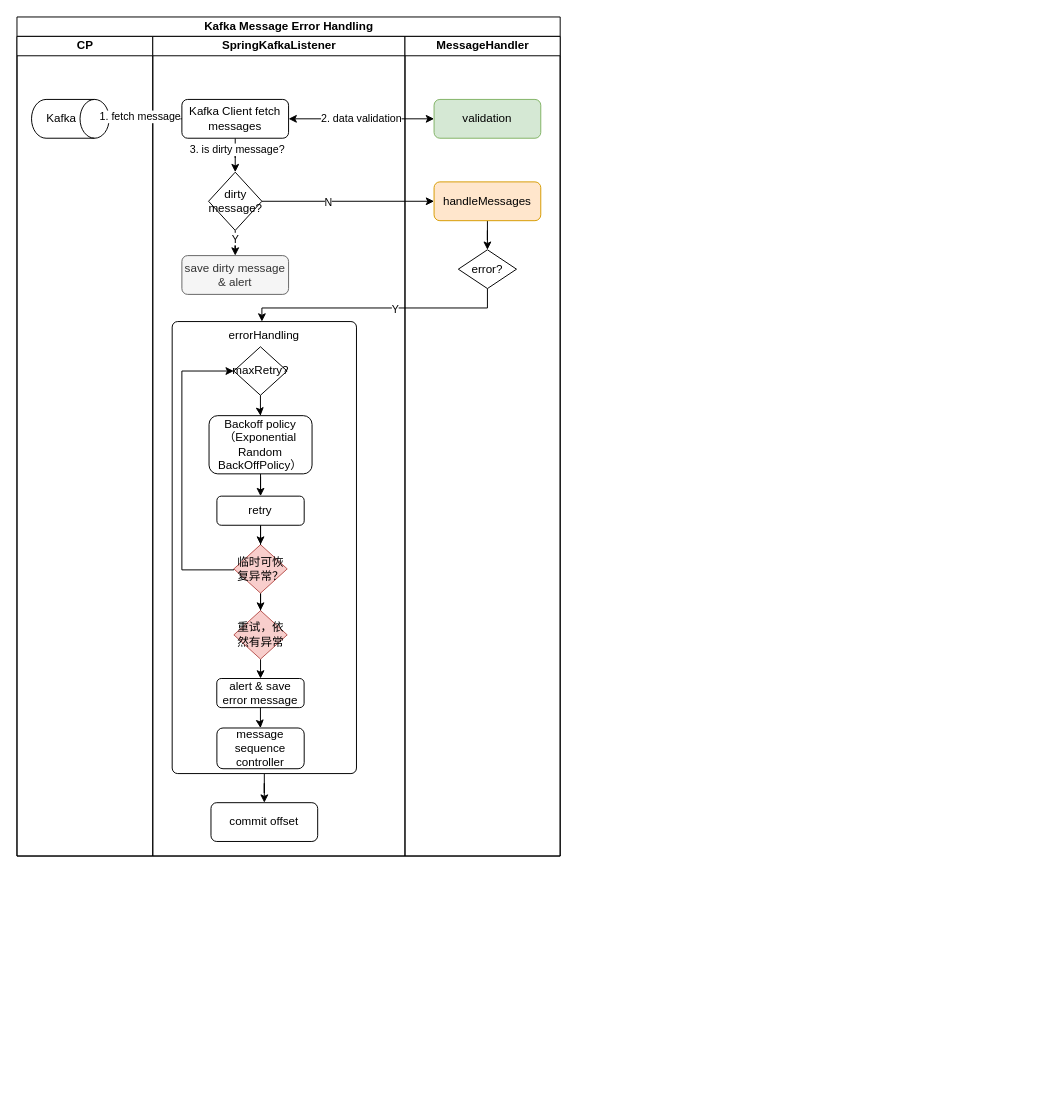
Earlier version of the draw.io diagram techlab/kafka message error handling.drawio (qiufang1314/drawio). Source tidied: cells renumbered, new cells numbered last; positions are measured from the earlier drawing's top-left corner, leaving out a move shared by most shapes. Both pictures are drawn from the tidied source at 97%, with x=0, y=0 at pixel (16, 16).
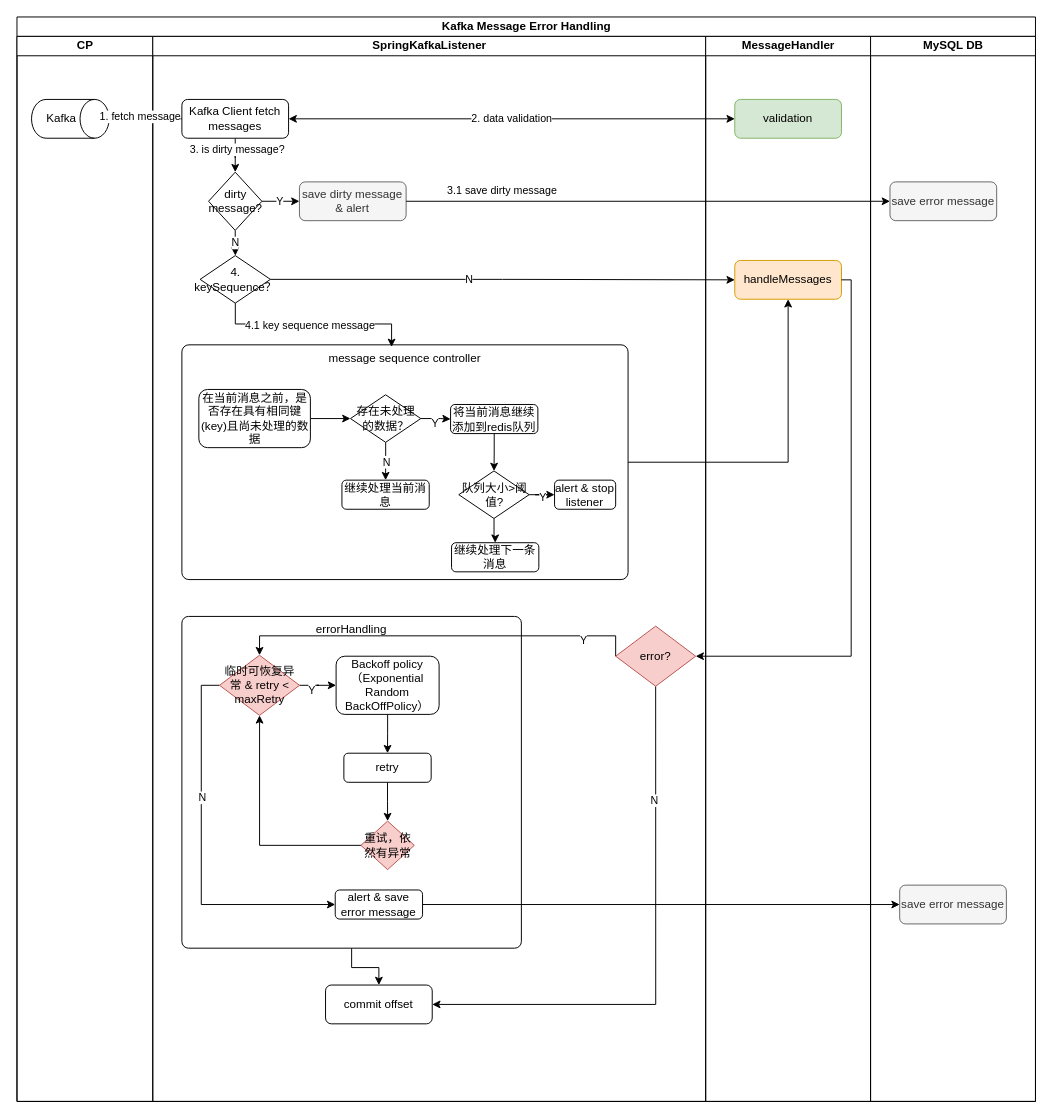
The same diagram, later.

The change refers to these unchanged cells:
```xml
<mxCell id="12" value="dirty message?" style="rhombus;whiteSpace=wrap;html=1;" parent="6" vertex="1">
  <mxGeometry x="57.5" y="140" width="55" height="60" as="geometry" />
</mxCell>
```

Change to the diagram source:
```diff
@@
     <mxCell id="2" value="Kafka Message Error Handling" style="swimlane;startSize=20;html=1;" parent="1" vertex="1">
-      <mxGeometry width="560" height="865" as="geometry" />
+      <mxGeometry width="1050" height="1118" as="geometry" />
     </mxCell>
     <mxCell id="3" value="CP" style="swimlane;startSize=20;html=1;" parent="2" vertex="1">
-      <mxGeometry y="20" width="140" height="845" as="geometry" />
+      <mxGeometry y="20" width="140" height="1098" as="geometry" />
     </mxCell>
@@
     <mxCell id="6" value="SpringKafkaListener" style="swimlane;startSize=20;html=1;" parent="2" vertex="1">
-      <mxGeometry x="140" y="20" width="260" height="845" as="geometry" />
+      <mxGeometry x="140" y="20" width="570" height="1098" as="geometry" />
     </mxCell>
@@
-    <mxCell id="10" style="edgeStyle=orthogonalEdgeStyle;rounded=0;jettySize=auto;html=1;" parent="6" edge="1" source="12" target="13">
+    <mxCell id="10" value="Y" style="edgeStyle=orthogonalEdgeStyle;rounded=0;jettySize=auto;html=1;entryX=0;entryY=0.5;entryDx=0;entryDy=0;" parent="6" edge="1" source="12" target="13">
       <mxGeometry relative="1" as="geometry" />
     </mxCell>
-    <mxCell id="11" value="Y" style="edgeLabel;html=1;align=center;verticalAlign=middle;" parent="10" vertex="1">
-      <mxGeometry x="0.2" y="1" relative="1" as="geometry" />
-    </mxCell>
+    <mxCell id="43" value="N" style="edgeStyle=orthogonalEdgeStyle;rounded=0;jettySize=auto;html=1;" parent="6" edge="1" source="12" target="44">
+      <mxGeometry relative="1" as="geometry" />
+    </mxCell>
@@
     <mxCell id="13" value="save dirty message &amp;amp; alert" style="rounded=1;whiteSpace=wrap;html=1;fillColor=#f5f5f5;fontColor=#333333;strokeColor=#666666;" parent="6" vertex="1">
-      <mxGeometry x="30" y="226" width="110" height="40" as="geometry" />
+      <mxGeometry x="151.2" y="150" width="110" height="40" as="geometry" />
     </mxCell>
+    <mxCell id="44" value="4. keySequence？" style="rhombus;whiteSpace=wrap;html=1;" parent="6" vertex="1">
+      <mxGeometry x="48.8" y="226" width="72.5" height="49" as="geometry" />
+    </mxCell>
+    <mxCell id="32" value="message sequence controller" style="rounded=1;whiteSpace=wrap;html=1;arcSize=3;verticalAlign=top;" parent="6" vertex="1">
+      <mxGeometry x="30" y="318" width="460" height="242" as="geometry" />
+    </mxCell>
+    <mxCell id="45" style="edgeStyle=orthogonalEdgeStyle;rounded=0;jettySize=auto;html=1;" parent="6" edge="1" source="46" target="51">
+      <mxGeometry relative="1" as="geometry" />
+    </mxCell>
+    <mxCell id="46" value="&lt;span style=&quot;white-space-collapse: preserve;&quot;&gt;在当前消息之前，是否存在具有相同键(key)且尚未处理的数据&lt;/span&gt;" style="rounded=1;whiteSpace=wrap;html=1;" parent="6" vertex="1">
+      <mxGeometry x="47.5" y="364" width="115" height="60" as="geometry" />
+    </mxCell>
+    <mxCell id="47" style="edgeStyle=orthogonalEdgeStyle;rounded=0;jettySize=auto;html=1;" parent="6" edge="1" source="51" target="53">
+      <mxGeometry relative="1" as="geometry" />
+    </mxCell>
+    <mxCell id="48" value="Y" style="edgeLabel;html=1;align=center;verticalAlign=middle;" parent="47" vertex="1">
+      <mxGeometry x="-0.28" y="-3" relative="1" as="geometry">
+        <mxPoint x="3" y="1" as="offset" />
+      </mxGeometry>
+    </mxCell>
+    <mxCell id="49" style="edgeStyle=orthogonalEdgeStyle;rounded=0;jettySize=auto;html=1;" parent="6" edge="1" source="51" target="54">
+      <mxGeometry relative="1" as="geometry" />
+    </mxCell>
+    <mxCell id="50" value="N" style="edgeLabel;html=1;align=center;verticalAlign=middle;" parent="49" vertex="1">
+      <mxGeometry x="-0.05" relative="1" as="geometry">
+        <mxPoint y="1" as="offset" />
+      </mxGeometry>
+    </mxCell>
+    <mxCell id="51" value="存在未处理的数据？" style="rhombus;whiteSpace=wrap;html=1;" parent="6" vertex="1">
+      <mxGeometry x="203.8" y="369.5" width="72.5" height="49" as="geometry" />
+    </mxCell>
+    <mxCell id="52" style="edgeStyle=orthogonalEdgeStyle;rounded=0;jettySize=auto;html=1;" parent="6" edge="1" source="53" target="59">
+      <mxGeometry relative="1" as="geometry" />
+    </mxCell>
+    <mxCell id="53" value="将当前消息继续添加到redis队列" style="rounded=1;whiteSpace=wrap;html=1;" parent="6" vertex="1">
+      <mxGeometry x="307" y="379.5" width="90" height="30" as="geometry" />
+    </mxCell>
+    <mxCell id="54" value="继续处理当前消息" style="rounded=1;whiteSpace=wrap;html=1;" parent="6" vertex="1">
+      <mxGeometry x="195" y="457.5" width="90" height="30" as="geometry" />
+    </mxCell>
+    <mxCell id="55" value="继续处理下一条消息" style="rounded=1;whiteSpace=wrap;html=1;" parent="6" vertex="1">
+      <mxGeometry x="308" y="522" width="90" height="30" as="geometry" />
+    </mxCell>
+    <mxCell id="56" style="edgeStyle=orthogonalEdgeStyle;rounded=0;jettySize=auto;html=1;entryX=0;entryY=0.5;entryDx=0;entryDy=0;" parent="6" edge="1" source="59" target="60">
+      <mxGeometry relative="1" as="geometry" />
+    </mxCell>
+    <mxCell id="57" value="Y" style="edgeLabel;html=1;align=center;verticalAlign=middle;" parent="56" vertex="1">
+      <mxGeometry x="0.02" y="2" relative="1" as="geometry" />
+    </mxCell>
+    <mxCell id="58" style="edgeStyle=orthogonalEdgeStyle;rounded=0;jettySize=auto;html=1;" parent="6" edge="1" source="59" target="55">
+      <mxGeometry relative="1" as="geometry" />
+    </mxCell>
+    <mxCell id="59" value="队列大小&amp;gt;阈值?" style="rhombus;whiteSpace=wrap;html=1;" parent="6" vertex="1">
+      <mxGeometry x="315.5" y="448" width="72.5" height="49" as="geometry" />
+    </mxCell>
+    <mxCell id="60" value="alert &amp;amp; stop listener" style="rounded=1;whiteSpace=wrap;html=1;" parent="6" vertex="1">
+      <mxGeometry x="414.2" y="457.5" width="63" height="30" as="geometry" />
+    </mxCell>
+    <mxCell id="61" style="edgeStyle=orthogonalEdgeStyle;rounded=0;jettySize=auto;html=1;entryX=0.47;entryY=0.009;entryDx=0;entryDy=0;entryPerimeter=0;" parent="6" edge="1" source="44" target="32">
+      <mxGeometry relative="1" as="geometry" />
+    </mxCell>
+    <mxCell id="62" value="4.1 key sequence message" style="edgeLabel;html=1;align=center;verticalAlign=middle;" parent="61" vertex="1">
+      <mxGeometry x="-0.05" y="-1" relative="1" as="geometry" />
+    </mxCell>
@@
-    <mxCell id="15" value="errorHandling" style="rounded=1;whiteSpace=wrap;html=1;arcSize=3;verticalAlign=top;" parent="6" vertex="1">
-      <mxGeometry x="20" y="294" width="190" height="466" as="geometry" />
+    <mxCell id="15" value="errorHandling" style="rounded=1;whiteSpace=wrap;html=1;arcSize=2;verticalAlign=top;" parent="6" vertex="1">
+      <mxGeometry x="30" y="598" width="350" height="342" as="geometry" />
     </mxCell>
-    <mxCell id="16" style="edgeStyle=orthogonalEdgeStyle;rounded=0;jettySize=auto;html=1;entryX=0;entryY=0.5;entryDx=0;entryDy=0;exitX=0;exitY=0.5;exitDx=0;exitDy=0;" parent="6" edge="1" source="18" target="24">
-      <mxGeometry relative="1" as="geometry">
-        <Array as="points">
-          <mxPoint x="84" y="550" />
-          <mxPoint x="30" y="550" />
-          <mxPoint x="30" y="345" />
-        </Array>
-      </mxGeometry>
-    </mxCell>
-    <mxCell id="17" style="edgeStyle=orthogonalEdgeStyle;rounded=0;jettySize=auto;html=1;entryX=0.5;entryY=0;entryDx=0;entryDy=0;" parent="6" edge="1" source="18" target="28">
-      <mxGeometry relative="1" as="geometry" />
-    </mxCell>
+    <mxCell id="63" style="edgeStyle=orthogonalEdgeStyle;rounded=0;jettySize=auto;html=1;" parent="6" edge="1" source="18" target="22">
+      <mxGeometry relative="1" as="geometry" />
+    </mxCell>
+    <mxCell id="64" value="Y" style="edgeLabel;html=1;align=center;verticalAlign=middle;" parent="63" vertex="1">
+      <mxGeometry x="-0.41" y="-4" relative="1" as="geometry" />
+    </mxCell>
+    <mxCell id="65" style="edgeStyle=orthogonalEdgeStyle;rounded=0;jettySize=auto;html=1;entryX=0;entryY=0.5;entryDx=0;entryDy=0;" parent="6" edge="1" source="18" target="30">
+      <mxGeometry relative="1" as="geometry">
+        <Array as="points">
+          <mxPoint x="50" y="669" />
+          <mxPoint x="50" y="895" />
+        </Array>
+      </mxGeometry>
+    </mxCell>
+    <mxCell id="66" value="N" style="edgeLabel;html=1;align=center;verticalAlign=middle;" parent="65" vertex="1">
+      <mxGeometry x="-0.3" relative="1" as="geometry" />
+    </mxCell>
-    <mxCell id="18" value="临时可恢复异常？" style="rhombus;whiteSpace=wrap;html=1;fillColor=#f8cecc;strokeColor=#b85450;" parent="6" vertex="1">
-      <mxGeometry x="83.6" y="524" width="55" height="50" as="geometry" />
+    <mxCell id="18" value="临时可恢复异常 &amp;amp; retry &amp;lt; maxRetry" style="rhombus;whiteSpace=wrap;html=1;fillColor=#f8cecc;strokeColor=#b85450;" parent="6" vertex="1">
+      <mxGeometry x="68.8" y="638" width="82.5" height="62" as="geometry" />
     </mxCell>
-    <mxCell id="19" style="edgeStyle=orthogonalEdgeStyle;rounded=0;jettySize=auto;html=1;" parent="6" edge="1" source="20" target="18">
-      <mxGeometry relative="1" as="geometry" />
-    </mxCell>
+    <mxCell id="67" style="edgeStyle=orthogonalEdgeStyle;rounded=0;jettySize=auto;html=1;" parent="6" edge="1" source="20" target="28">
+      <mxGeometry relative="1" as="geometry" />
+    </mxCell>
     <mxCell id="20" value="retry" style="rounded=1;whiteSpace=wrap;html=1;" parent="6" vertex="1">
-      <mxGeometry x="66.1" y="474" width="90" height="30" as="geometry" />
+      <mxGeometry x="197" y="739" width="90" height="30" as="geometry" />
     </mxCell>
@@
     <mxCell id="22" value="Backoff policy&lt;div&gt;（Exponential&lt;/div&gt;&lt;div&gt;Random&lt;/div&gt;&lt;div&gt;BackOffPolicy）&lt;/div&gt;" style="rounded=1;whiteSpace=wrap;html=1;" parent="6" vertex="1">
-      <mxGeometry x="58" y="391" width="106.2" height="60" as="geometry" />
+      <mxGeometry x="189" y="639" width="106.2" height="60" as="geometry" />
     </mxCell>
-    <mxCell id="23" style="edgeStyle=orthogonalEdgeStyle;rounded=0;jettySize=auto;html=1;entryX=0.5;entryY=0;entryDx=0;entryDy=0;" parent="6" edge="1" source="24" target="22">
-      <mxGeometry relative="1" as="geometry" />
-    </mxCell>
-    <mxCell id="24" value="maxRetry?" style="rhombus;whiteSpace=wrap;html=1;" parent="6" vertex="1">
-      <mxGeometry x="83.5" y="320" width="55" height="50" as="geometry" />
-    </mxCell>
-    <mxCell id="25" style="edgeStyle=orthogonalEdgeStyle;rounded=0;jettySize=auto;html=1;exitX=0.5;exitY=1;exitDx=0;exitDy=0;" parent="6" edge="1" source="37">
-      <mxGeometry relative="1" as="geometry">
-        <mxPoint x="112.5" y="294" as="targetPoint" />
-        <Array as="points">
-          <mxPoint x="345" y="280" />
-          <mxPoint x="112" y="280" />
-        </Array>
-      </mxGeometry>
-    </mxCell>
-    <mxCell id="26" value="Y" style="edgeLabel;html=1;align=center;verticalAlign=middle;" parent="25" vertex="1">
-      <mxGeometry x="-0.13" y="1" relative="1" as="geometry" />
-    </mxCell>
-    <mxCell id="27" style="edgeStyle=orthogonalEdgeStyle;rounded=0;jettySize=auto;html=1;entryX=0.5;entryY=0;entryDx=0;entryDy=0;" parent="6" edge="1" source="28" target="30">
-      <mxGeometry relative="1" as="geometry" />
-    </mxCell>
+    <mxCell id="68" style="edgeStyle=orthogonalEdgeStyle;rounded=0;jettySize=auto;html=1;" parent="6" edge="1" source="28" target="18">
+      <mxGeometry relative="1" as="geometry" />
+    </mxCell>
     <mxCell id="28" value="重试，依然有异常" style="rhombus;whiteSpace=wrap;html=1;fillColor=#f8cecc;strokeColor=#b85450;" parent="6" vertex="1">
-      <mxGeometry x="83.6" y="592" width="55" height="50" as="geometry" />
+      <mxGeometry x="214.6" y="809" width="55" height="50" as="geometry" />
     </mxCell>
-    <mxCell id="29" style="edgeStyle=orthogonalEdgeStyle;rounded=0;jettySize=auto;html=1;" parent="6" edge="1" source="30" target="32">
-      <mxGeometry relative="1" as="geometry" />
-    </mxCell>
     <mxCell id="30" value="alert &amp;amp; save error message" style="rounded=1;whiteSpace=wrap;html=1;" parent="6" vertex="1">
-      <mxGeometry x="66" y="662" width="90" height="30" as="geometry" />
+      <mxGeometry x="188.1" y="880" width="90" height="30" as="geometry" />
     </mxCell>
     <mxCell id="31" value="commit offset" style="rounded=1;whiteSpace=wrap;html=1;" parent="6" vertex="1">
-      <mxGeometry x="60" y="790" width="110" height="40" as="geometry" />
+      <mxGeometry x="178.1" y="978" width="110" height="40" as="geometry" />
     </mxCell>
-    <mxCell id="32" value="message sequence controller" style="rounded=1;whiteSpace=wrap;html=1;" parent="6" vertex="1">
-      <mxGeometry x="66.1" y="713" width="90" height="42" as="geometry" />
-    </mxCell>
+    <mxCell id="69" style="edgeStyle=orthogonalEdgeStyle;rounded=0;jettySize=auto;html=1;exitX=0.5;exitY=1;exitDx=0;exitDy=0;" parent="6" edge="1" source="37" target="31">
+      <mxGeometry relative="1" as="geometry">
+        <Array as="points">
+          <mxPoint x="519" y="998" />
+        </Array>
+      </mxGeometry>
+    </mxCell>
+    <mxCell id="70" value="N" style="edgeLabel;html=1;align=center;verticalAlign=middle;" parent="69" vertex="1">
+      <mxGeometry x="-0.58" y="-2" relative="1" as="geometry" />
+    </mxCell>
+    <mxCell id="71" style="edgeStyle=orthogonalEdgeStyle;rounded=0;jettySize=auto;html=1;entryX=0.5;entryY=0;entryDx=0;entryDy=0;exitX=0;exitY=0.5;exitDx=0;exitDy=0;" parent="6" edge="1" source="37" target="18">
+      <mxGeometry relative="1" as="geometry">
+        <Array as="points">
+          <mxPoint x="477" y="618" />
+          <mxPoint x="110" y="618" />
+        </Array>
+      </mxGeometry>
+    </mxCell>
+    <mxCell id="72" value="Y" style="edgeLabel;html=1;align=center;verticalAlign=middle;" parent="71" vertex="1">
+      <mxGeometry x="-0.73" y="4" relative="1" as="geometry" />
+    </mxCell>
+    <mxCell id="37" value="error?" style="rhombus;whiteSpace=wrap;html=1;fillColor=#f8cecc;strokeColor=#b85450;" parent="6" vertex="1">
+      <mxGeometry x="477.2" y="608" width="82.5" height="62" as="geometry" />
+    </mxCell>
     <mxCell id="33" value="MessageHandler" style="swimlane;startSize=20;html=1;" parent="2" vertex="1">
-      <mxGeometry x="400" y="20" width="160" height="845" as="geometry" />
+      <mxGeometry x="710" y="20" width="170" height="1098" as="geometry" />
     </mxCell>
@@
-    <mxCell id="35" style="edgeStyle=orthogonalEdgeStyle;rounded=0;jettySize=auto;html=1;" parent="33" edge="1" source="36" target="37">
-      <mxGeometry relative="1" as="geometry" />
-    </mxCell>
     <mxCell id="36" value="handleMessages" style="rounded=1;whiteSpace=wrap;html=1;fillColor=#ffe6cc;strokeColor=#d79b00;" parent="33" vertex="1">
-      <mxGeometry x="30" y="150" width="110" height="40" as="geometry" />
+      <mxGeometry x="30" y="231" width="110" height="40" as="geometry" />
     </mxCell>
-    <mxCell id="37" value="error?" style="rhombus;whiteSpace=wrap;html=1;" parent="33" vertex="1">
-      <mxGeometry x="55" y="220" width="60" height="40" as="geometry" />
-    </mxCell>
+    <mxCell id="73" value="MySQL DB" style="swimlane;startSize=20;html=1;" parent="2" vertex="1">
+      <mxGeometry x="880" y="20" width="170" height="1098" as="geometry" />
+    </mxCell>
+    <mxCell id="74" value="save error message" style="rounded=1;whiteSpace=wrap;html=1;fillColor=#f5f5f5;fontColor=#333333;strokeColor=#666666;" parent="73" vertex="1">
+      <mxGeometry x="20" y="150" width="110" height="40" as="geometry" />
+    </mxCell>
+    <mxCell id="75" value="save error message" style="rounded=1;whiteSpace=wrap;html=1;fillColor=#f5f5f5;fontColor=#333333;strokeColor=#666666;" parent="73" vertex="1">
+      <mxGeometry x="30" y="875" width="110" height="40" as="geometry" />
+    </mxCell>
@@
-    <mxCell id="41" style="edgeStyle=orthogonalEdgeStyle;rounded=0;jettySize=auto;html=1;" parent="2" edge="1" source="12" target="36">
-      <mxGeometry relative="1" as="geometry" />
-    </mxCell>
-    <mxCell id="42" value="N" style="edgeLabel;html=1;align=center;verticalAlign=middle;" parent="41" vertex="1">
-      <mxGeometry x="-0.23" relative="1" as="geometry" />
-    </mxCell>
+    <mxCell id="76" style="edgeStyle=orthogonalEdgeStyle;rounded=0;jettySize=auto;html=1;" parent="2" edge="1" source="13" target="74">
+      <mxGeometry relative="1" as="geometry" />
+    </mxCell>
+    <mxCell id="77" value="3.1 save dirty message" style="edgeLabel;html=1;align=center;verticalAlign=middle;" parent="76" vertex="1">
+      <mxGeometry x="-0.71" y="-1" relative="1" as="geometry">
+        <mxPoint x="26" y="-13" as="offset" />
+      </mxGeometry>
+    </mxCell>
+    <mxCell id="78" style="edgeStyle=orthogonalEdgeStyle;rounded=0;jettySize=auto;html=1;" parent="2" edge="1" source="44" target="36">
+      <mxGeometry relative="1" as="geometry" />
+    </mxCell>
+    <mxCell id="79" value="N" style="edgeLabel;html=1;align=center;verticalAlign=middle;" parent="78" vertex="1">
+      <mxGeometry x="-0.15" y="-1" relative="1" as="geometry">
+        <mxPoint y="-1" as="offset" />
+      </mxGeometry>
+    </mxCell>
+    <mxCell id="80" style="edgeStyle=orthogonalEdgeStyle;rounded=0;jettySize=auto;html=1;entryX=0.5;entryY=1;entryDx=0;entryDy=0;" parent="2" edge="1" source="32" target="36">
+      <mxGeometry relative="1" as="geometry" />
+    </mxCell>
+    <mxCell id="35" style="edgeStyle=orthogonalEdgeStyle;rounded=0;jettySize=auto;html=1;entryX=1;entryY=0.5;entryDx=0;entryDy=0;" parent="2" edge="1" source="36" target="37">
+      <mxGeometry relative="1" as="geometry">
+        <Array as="points">
+          <mxPoint x="860" y="271" />
+          <mxPoint x="860" y="659" />
+        </Array>
+      </mxGeometry>
+    </mxCell>
+    <mxCell id="81" style="edgeStyle=orthogonalEdgeStyle;rounded=0;jettySize=auto;html=1;entryX=0;entryY=0.5;entryDx=0;entryDy=0;" parent="2" edge="1" source="30" target="75">
+      <mxGeometry relative="1" as="geometry" />
+    </mxCell>
```
